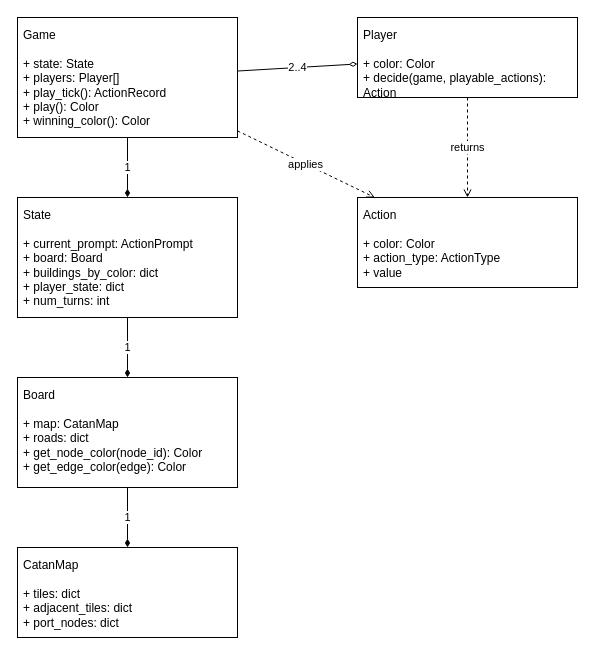
The draw.io diagram doc/catanatron_game_model.drawio in Thaerious/settled, before the edit. Source tidied: cells renumbered, new cells numbered last; positions are measured from the earlier drawing's top-left corner, leaving out a move shared by most shapes. Both pictures are drawn from the tidied source at 100%, with x=0, y=0 at pixel (17, 17).
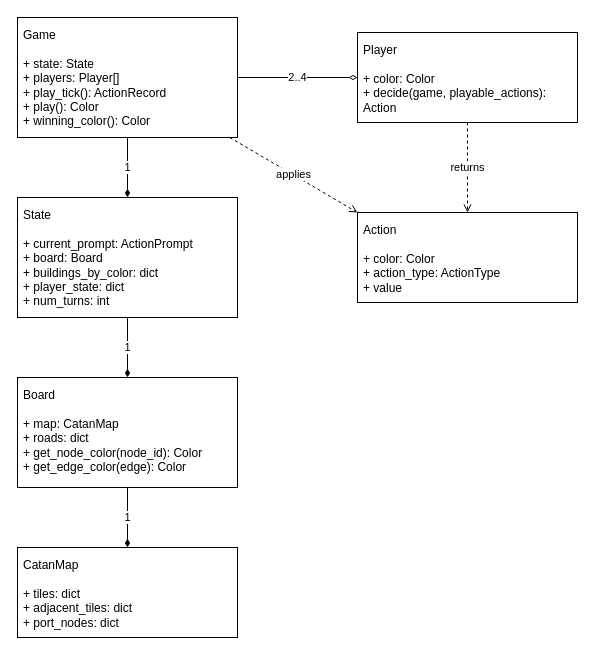
Above is the later version.

Change to the diagram source:
```diff
@@
 <mxGraphModel>
   <root>
     <mxCell id="0" />
     <mxCell id="1" parent="0" />
     <mxCell id="2" value="Game&#10;&#10;+ state: State&#10;+ players: Player[]&#10;+ play_tick(): ActionRecord&#10;+ play(): Color&#10;+ winning_color(): Color" style="rounded=0;whiteSpace=wrap;html=1;align=left;verticalAlign=top;spacing=6;fontSize=12;" parent="1" vertex="1">
       <mxGeometry width="220" height="120" as="geometry" />
     </mxCell>
     <mxCell id="3" value="State&#10;&#10;+ current_prompt: ActionPrompt&#10;+ board: Board&#10;+ buildings_by_color: dict&#10;+ player_state: dict&#10;+ num_turns: int" style="rounded=0;whiteSpace=wrap;html=1;align=left;verticalAlign=top;spacing=6;fontSize=12;" parent="1" vertex="1">
       <mxGeometry y="180" width="220" height="120" as="geometry" />
     </mxCell>
     <mxCell id="4" value="Board&#10;&#10;+ map: CatanMap&#10;+ roads: dict&#10;+ get_node_color(node_id): Color&#10;+ get_edge_color(edge): Color" style="rounded=0;whiteSpace=wrap;html=1;align=left;verticalAlign=top;spacing=6;fontSize=12;" parent="1" vertex="1">
       <mxGeometry y="360" width="220" height="110" as="geometry" />
     </mxCell>
     <mxCell id="5" value="CatanMap&#10;&#10;+ tiles: dict&#10;+ adjacent_tiles: dict&#10;+ port_nodes: dict" style="rounded=0;whiteSpace=wrap;html=1;align=left;verticalAlign=top;spacing=6;fontSize=12;" parent="1" vertex="1">
       <mxGeometry y="530" width="220" height="90" as="geometry" />
     </mxCell>
     <mxCell id="6" value="Player&#10;&#10;+ color: Color&#10;+ decide(game, playable_actions): Action" style="rounded=0;whiteSpace=wrap;html=1;align=left;verticalAlign=top;spacing=6;fontSize=12;" parent="1" vertex="1">
-      <mxGeometry x="340" width="220" height="80" as="geometry" />
+      <mxGeometry x="340" y="15" width="220" height="90" as="geometry" />
     </mxCell>
     <mxCell id="7" value="Action&#10;&#10;+ color: Color&#10;+ action_type: ActionType&#10;+ value" style="rounded=0;whiteSpace=wrap;html=1;align=left;verticalAlign=top;spacing=6;fontSize=12;" parent="1" vertex="1">
-      <mxGeometry x="340" y="180" width="220" height="90" as="geometry" />
+      <mxGeometry x="340" y="195" width="220" height="90" as="geometry" />
     </mxCell>
     <mxCell id="8" value="1" style="endArrow=diamondThin;startArrow=none;endFill=1;html=1;fontSize=11;" parent="1" edge="1" source="2" target="3">
       <mxGeometry relative="1" as="geometry" />
     </mxCell>
     <mxCell id="9" value="1" style="endArrow=diamondThin;startArrow=none;endFill=1;html=1;fontSize=11;" parent="1" edge="1" source="3" target="4">
       <mxGeometry relative="1" as="geometry" />
     </mxCell>
     <mxCell id="10" value="1" style="endArrow=diamondThin;startArrow=none;endFill=1;html=1;fontSize=11;" parent="1" edge="1" source="4" target="5">
       <mxGeometry relative="1" as="geometry" />
     </mxCell>
     <mxCell id="11" value="2..4" style="endArrow=diamondThin;startArrow=none;endFill=0;html=1;fontSize=11;" parent="1" edge="1" source="2" target="6">
       <mxGeometry relative="1" as="geometry" />
     </mxCell>
     <mxCell id="12" value="returns" style="endArrow=open;dashed=1;html=1;fontSize=11;" parent="1" edge="1" source="6" target="7">
       <mxGeometry relative="1" as="geometry" />
     </mxCell>
-    <mxCell id="13" value="applies" style="endArrow=open;dashed=1;html=1;fontSize=11;" parent="1" edge="1" source="2" target="7">
+    <mxCell id="13" value="applies" style="endArrow=open;dashed=1;html=1;fontSize=11;entryX=0;entryY=0;entryDx=0;entryDy=0;" parent="1" edge="1" source="2" target="7">
       <mxGeometry relative="1" as="geometry" />
     </mxCell>
   </root>
 </mxGraphModel>
```
